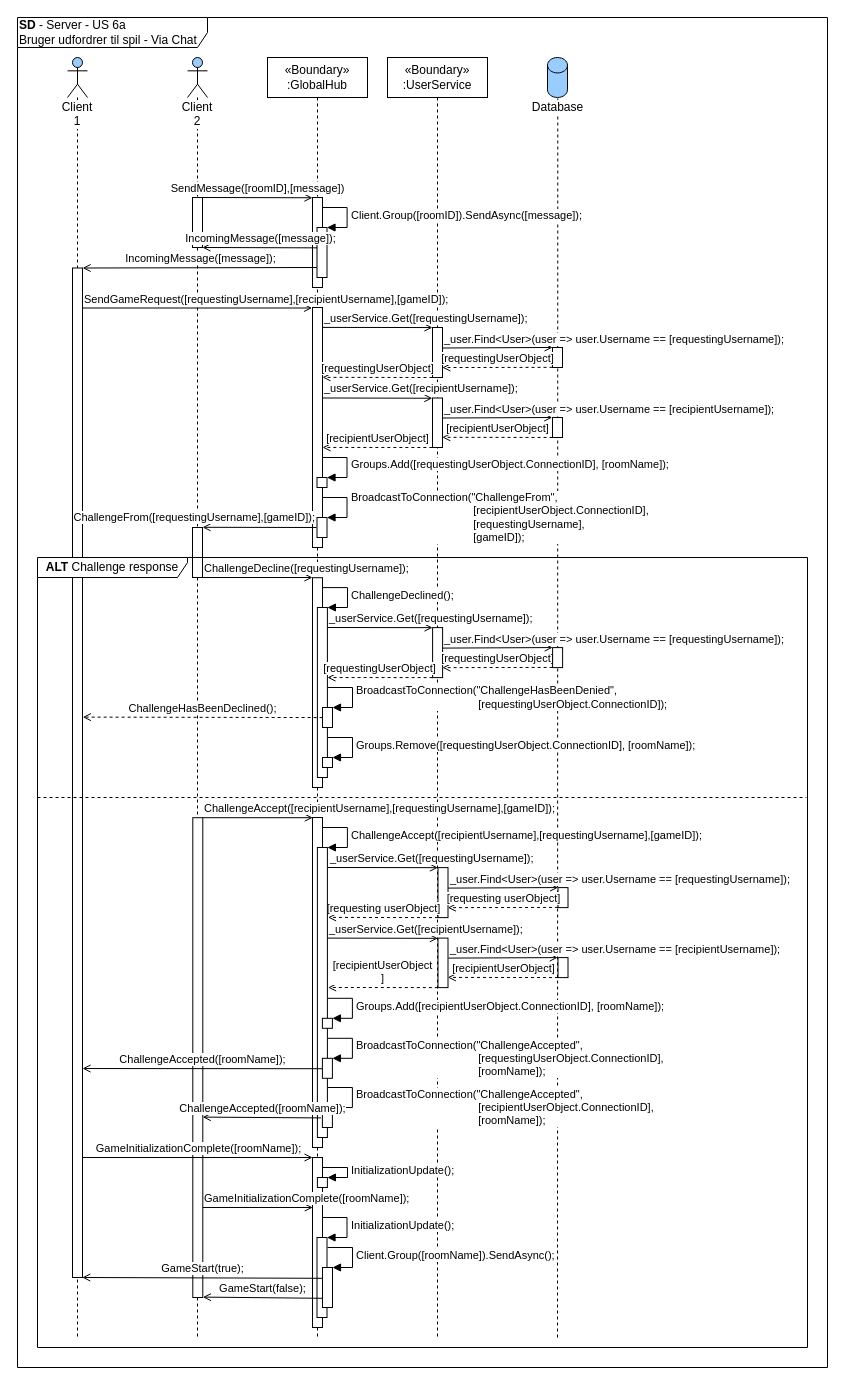
Macradon/I7BAC-PlugNPlay keeps this draw.io diagram as page "SD-Server" (2 of 3) of diagrams/arkitektur/US6a_challenge-chat.drawio. Above is the earlier version. Source tidied: cells renumbered, new cells numbered last; positions are measured from the earlier drawing's top-left corner, leaving out a move shared by most shapes. Both pictures are drawn from the tidied source at 100%, with x=0, y=0 at pixel (17, 17).
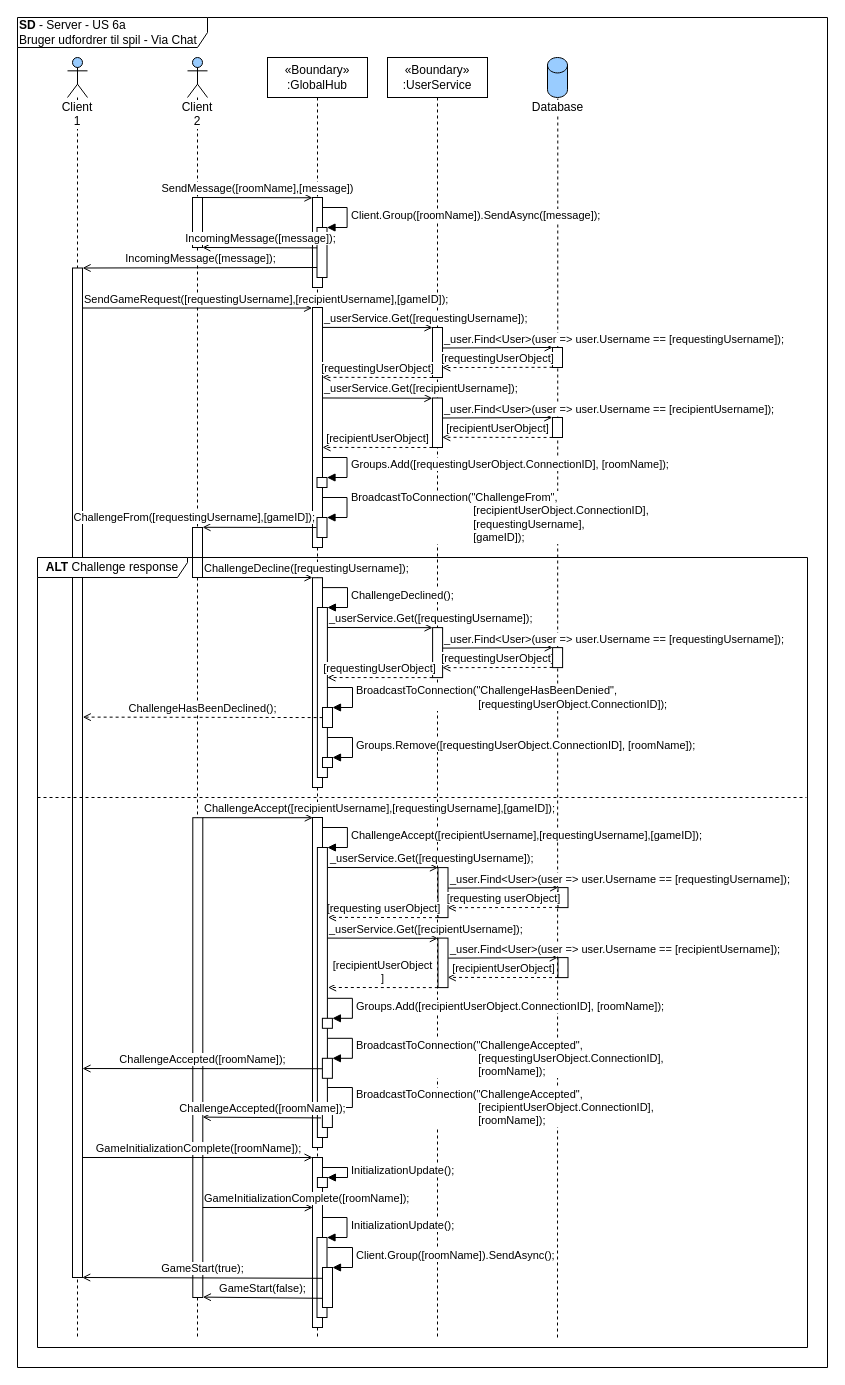
The same page after the edit.

Unchanged cells that the change refers to:
```xml
<mxCell id="10" style="html=1;points=[];perimeter=orthogonalPerimeter;" parent="1" vertex="1">
  <mxGeometry x="295" y="180" width="10" height="90" as="geometry" />
</mxCell>
<mxCell id="11" style="html=1;points=[];perimeter=orthogonalPerimeter;" parent="1" vertex="1">
  <mxGeometry x="299.5" y="210" width="10" height="50" as="geometry" />
</mxCell>
```

What changed in the source:
```diff
@@
-    <mxCell id="9" value="SendMessage([roomID],[message])" style="html=1;verticalAlign=bottom;endArrow=open;endFill=0;entryX=-0.003;entryY=0.003;entryDx=0;entryDy=0;entryPerimeter=0;align=center;" parent="1" edge="1" target="10">
+    <mxCell id="9" value="SendMessage([roomName],[message])" style="html=1;verticalAlign=bottom;endArrow=open;endFill=0;entryX=-0.003;entryY=0.003;entryDx=0;entryDy=0;entryPerimeter=0;align=center;" parent="1" edge="1" target="10">
       <mxGeometry relative="1" as="geometry">
         <mxPoint x="185" y="180" as="sourcePoint" />
       </mxGeometry>
     </mxCell>
@@
-    <mxCell id="17" value="Client.Group([roomID]).SendAsync([message]);" style="edgeStyle=orthogonalEdgeStyle;html=1;align=left;spacingLeft=2;endArrow=block;rounded=0;entryX=1;entryY=0;" parent="1" edge="1" target="11">
+    <mxCell id="17" value="Client.Group([roomName]).SendAsync([message]);" style="edgeStyle=orthogonalEdgeStyle;html=1;align=left;spacingLeft=2;endArrow=block;rounded=0;entryX=1;entryY=0;" parent="1" edge="1" target="11">
       <mxGeometry relative="1" as="geometry">
         <mxPoint x="304.5" y="190" as="sourcePoint" />
         <Array as="points">
           <mxPoint x="329.6" y="190" />
         </Array>
       </mxGeometry>
     </mxCell>
```
